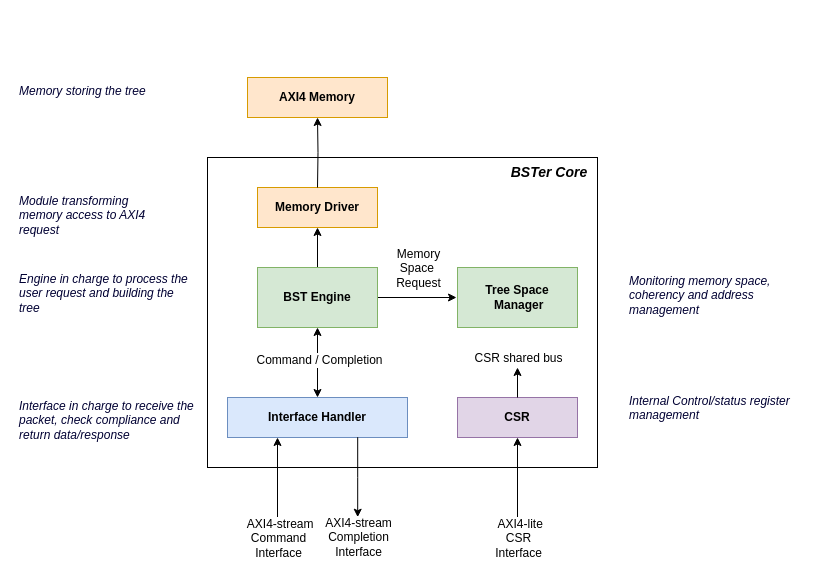
The draw.io diagram page "Architecture" (1 of 4) of doc/figures.drawio.xml in dpretet/bster, before the edit. Source tidied: cells renumbered, new cells numbered last; positions are measured from the earlier drawing's top-left corner, leaving out a move shared by most shapes. Both pictures are drawn from the tidied source at 100%, with x=0, y=0 at pixel (17, 77).
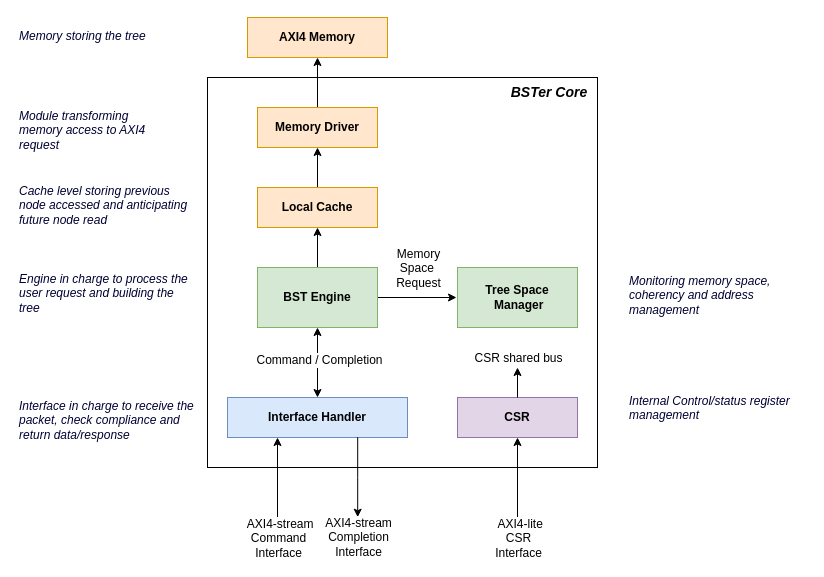
The same page after the edit.

Change to the diagram source:
```diff
@@
     <mxCell id="2" value="BSTer Core&amp;nbsp;&amp;nbsp;" style="rounded=0;whiteSpace=wrap;html=1;align=right;verticalAlign=top;fontStyle=3;fontSize=14;" parent="1" vertex="1">
-      <mxGeometry x="190" y="80" width="390" height="310" as="geometry" />
+      <mxGeometry x="190" width="390" height="390" as="geometry" />
     </mxCell>
     <mxCell id="3" value="AXI4 Memory" style="rounded=0;whiteSpace=wrap;html=1;fillColor=#ffe6cc;strokeColor=#d79b00;fontStyle=1;" parent="1" vertex="1">
-      <mxGeometry x="230" width="140" height="40" as="geometry" />
+      <mxGeometry x="230" y="-60" width="140" height="40" as="geometry" />
     </mxCell>
@@
-    <mxCell id="15" value="Memory storing the tree" style="text;html=1;strokeColor=none;fillColor=none;align=left;verticalAlign=top;whiteSpace=wrap;rounded=0;fontColor=#000033;fontStyle=2;" parent="1" vertex="1">
-      <mxGeometry width="180" height="40" as="geometry" />
+    <mxCell id="15" value="Cache level storing previous node accessed and anticipating future node read" style="text;html=1;strokeColor=none;fillColor=none;align=left;verticalAlign=top;whiteSpace=wrap;rounded=0;fontColor=#000033;fontStyle=2;" parent="1" vertex="1">
+      <mxGeometry y="100" width="180" height="60" as="geometry" />
     </mxCell>
@@
+    <mxCell id="30" style="edgeStyle=orthogonalEdgeStyle;rounded=0;jettySize=auto;html=1;exitX=0.5;exitY=0;exitDx=0;exitDy=0;" parent="1" edge="1" source="27" target="31">
+      <mxGeometry relative="1" as="geometry" />
+    </mxCell>
-    <mxCell id="27" value="Memory Driver" style="rounded=0;whiteSpace=wrap;html=1;fillColor=#ffe6cc;strokeColor=#d79b00;fontStyle=1;" parent="1" vertex="1">
+    <mxCell id="27" value="Local Cache" style="rounded=0;whiteSpace=wrap;html=1;fillColor=#ffe6cc;strokeColor=#d79b00;fontStyle=1;" parent="1" vertex="1">
       <mxGeometry x="240" y="110" width="120" height="40" as="geometry" />
     </mxCell>
-    <mxCell id="28" style="edgeStyle=orthogonalEdgeStyle;rounded=0;jettySize=auto;html=1;entryX=0.5;entryY=1;entryDx=0;entryDy=0;" parent="1" edge="1" target="3">
-      <mxGeometry relative="1" as="geometry">
-        <mxPoint x="300" y="110" as="sourcePoint" />
-      </mxGeometry>
+    <mxCell id="28" style="edgeStyle=orthogonalEdgeStyle;rounded=0;jettySize=auto;html=1;entryX=0.5;entryY=1;entryDx=0;entryDy=0;exitX=0.5;exitY=0;exitDx=0;exitDy=0;" parent="1" edge="1" source="31" target="3">
+      <mxGeometry relative="1" as="geometry" />
     </mxCell>
     <mxCell id="29" value="Module transforming memory access to AXI4 request" style="text;html=1;strokeColor=none;fillColor=none;align=left;verticalAlign=top;whiteSpace=wrap;rounded=0;fontColor=#000033;fontStyle=2;" parent="1" vertex="1">
-      <mxGeometry y="110" width="150" height="40" as="geometry" />
+      <mxGeometry y="25" width="150" height="50" as="geometry" />
     </mxCell>
+    <mxCell id="31" value="Memory Driver" style="rounded=0;whiteSpace=wrap;html=1;fillColor=#ffe6cc;strokeColor=#d79b00;fontStyle=1;" parent="1" vertex="1">
+      <mxGeometry x="240" y="30" width="120" height="40" as="geometry" />
+    </mxCell>
+    <mxCell id="32" value="Memory storing the tree" style="text;html=1;strokeColor=none;fillColor=none;align=left;verticalAlign=top;whiteSpace=wrap;rounded=0;fontColor=#000033;fontStyle=2;" parent="1" vertex="1">
+      <mxGeometry y="-55" width="180" height="30" as="geometry" />
+    </mxCell>
```
